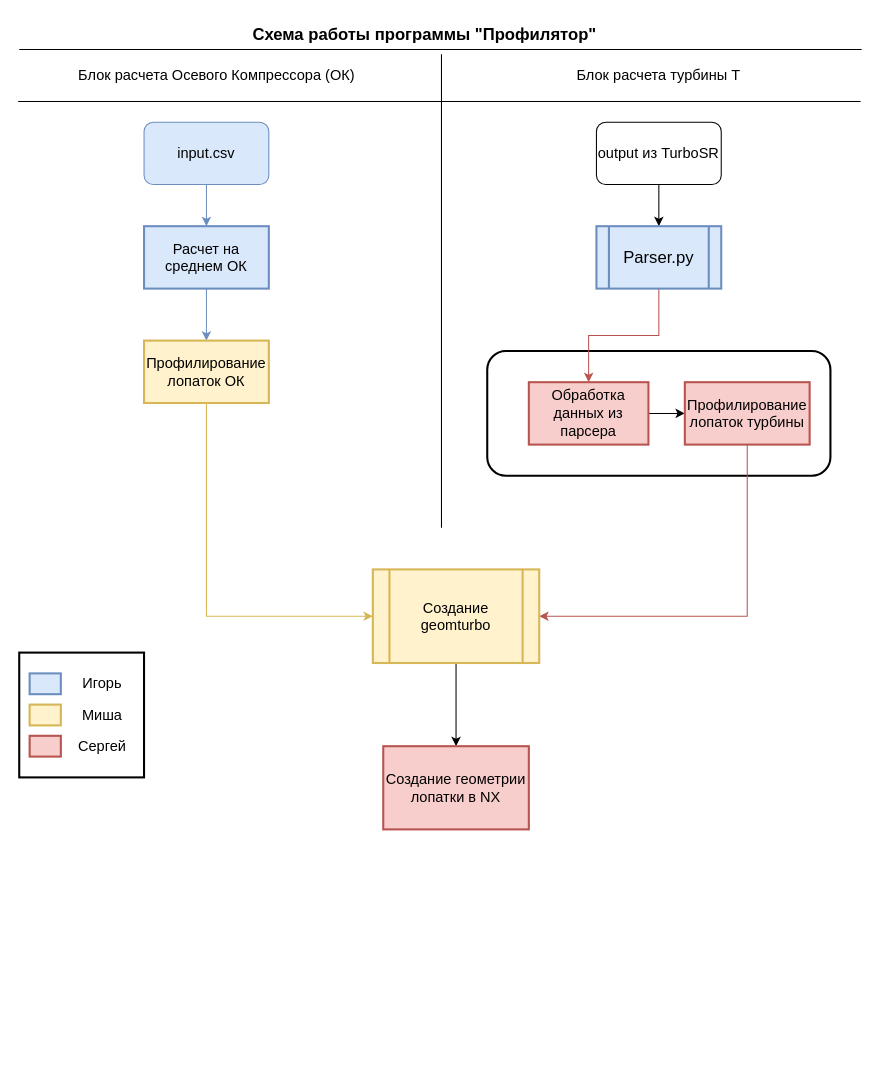
Above: Untitled Diagram.drawio in kingst0ne/Axial_Compr_SR (draw.io), before the change. Source tidied: cells renumbered, new cells numbered last; positions are measured from the earlier drawing's top-left corner, leaving out a move shared by most shapes. Both pictures are drawn from the tidied source at 104%, with x=0, y=0 at pixel (18, 18).
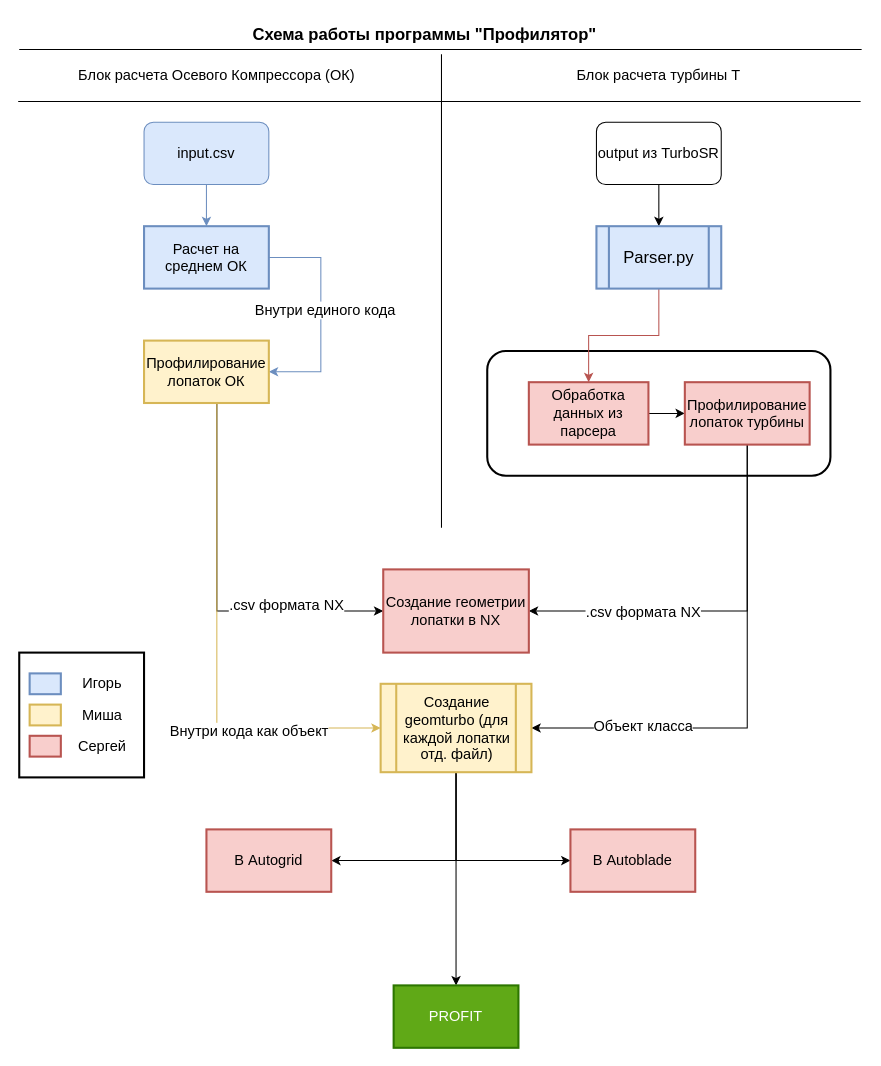
After the change.

Unchanged cells that the change refers to:
```xml
<mxCell id="19" value="Профилирование лопаток турбины" style="rounded=0;whiteSpace=wrap;html=1;fontSize=14;strokeWidth=2;fillColor=#f8cecc;strokeColor=#b85450;" parent="1" vertex="1">
  <mxGeometry x="641" y="350" width="120" height="60" as="geometry" />
</mxCell>
<mxCell id="23" value="Расчет на среднем ОК" style="rounded=0;whiteSpace=wrap;html=1;fontSize=14;strokeWidth=2;fillColor=#dae8fc;strokeColor=#6c8ebf;" parent="1" vertex="1">
  <mxGeometry x="121" y="200" width="120" height="60" as="geometry" />
</mxCell>
<mxCell id="25" value="Профилирование лопаток ОК" style="rounded=0;whiteSpace=wrap;html=1;fontSize=14;strokeWidth=2;fillColor=#fff2cc;strokeColor=#d6b656;" parent="1" vertex="1">
  <mxGeometry x="121" y="310" width="120" height="60" as="geometry" />
</mxCell>
```

Change to the diagram source:
```diff
@@
+    <mxCell id="33" style="edgeStyle=orthogonalEdgeStyle;rounded=0;jettySize=auto;html=1;entryX=1;entryY=0.5;entryDx=0;entryDy=0;fontSize=14;" parent="1" edge="1" source="19" target="32">
+      <mxGeometry relative="1" as="geometry">
+        <Array as="points">
+          <mxPoint x="701" y="570" />
+        </Array>
+      </mxGeometry>
+    </mxCell>
+    <mxCell id="34" value=".csv формата NX" style="edgeLabel;html=1;align=center;verticalAlign=middle;fontSize=14;" parent="33" vertex="1">
+      <mxGeometry x="0.56" y="3" relative="1" as="geometry">
+        <mxPoint x="28" y="-3" as="offset" />
+      </mxGeometry>
+    </mxCell>
-    <mxCell id="18" style="edgeStyle=orthogonalEdgeStyle;rounded=0;jettySize=auto;html=1;entryX=1;entryY=0.5;entryDx=0;entryDy=0;fontSize=14;fillColor=#f8cecc;strokeColor=#b85450;" parent="1" edge="1" source="19" target="21">
+    <mxCell id="18" style="edgeStyle=orthogonalEdgeStyle;rounded=0;jettySize=auto;html=1;entryX=1;entryY=0.5;entryDx=0;entryDy=0;fontSize=14;" parent="1" edge="1" source="19" target="21">
       <mxGeometry relative="1" as="geometry">
         <Array as="points">
-          <mxPoint x="701" y="575" />
+          <mxPoint x="701" y="683" />
         </Array>
       </mxGeometry>
     </mxCell>
+    <mxCell id="35" value="Объект класса" style="edgeLabel;html=1;align=center;verticalAlign=middle;fontSize=14;" parent="18" vertex="1">
+      <mxGeometry x="0.44" y="2" relative="1" as="geometry">
+        <mxPoint x="-27" y="-4" as="offset" />
+      </mxGeometry>
+    </mxCell>
@@
-    <mxCell id="20" style="edgeStyle=orthogonalEdgeStyle;rounded=0;jettySize=auto;html=1;exitX=0.5;exitY=1;exitDx=0;exitDy=0;entryX=0.5;entryY=0;entryDx=0;entryDy=0;fontSize=14;" parent="1" edge="1" source="21" target="32">
-      <mxGeometry relative="1" as="geometry" />
-    </mxCell>
+    <mxCell id="36" style="edgeStyle=orthogonalEdgeStyle;rounded=0;jettySize=auto;html=1;entryX=1;entryY=0.5;entryDx=0;entryDy=0;fontSize=14;" parent="1" edge="1" source="21" target="43">
+      <mxGeometry relative="1" as="geometry">
+        <Array as="points">
+          <mxPoint x="421" y="810" />
+        </Array>
+      </mxGeometry>
+    </mxCell>
+    <mxCell id="37" style="edgeStyle=orthogonalEdgeStyle;rounded=0;jettySize=auto;html=1;entryX=0;entryY=0.5;entryDx=0;entryDy=0;fontSize=14;" parent="1" edge="1" source="21" target="44">
+      <mxGeometry relative="1" as="geometry">
+        <Array as="points">
+          <mxPoint x="421" y="810" />
+        </Array>
+      </mxGeometry>
+    </mxCell>
+    <mxCell id="38" style="edgeStyle=orthogonalEdgeStyle;rounded=0;jettySize=auto;html=1;fontSize=14;" parent="1" edge="1" source="21">
+      <mxGeometry relative="1" as="geometry">
+        <mxPoint x="421" y="930" as="targetPoint" />
+      </mxGeometry>
+    </mxCell>
-    <mxCell id="21" value="Создание geomturbo" style="shape=process;whiteSpace=wrap;html=1;backgroundOutline=1;fontSize=14;strokeWidth=2;fillColor=#fff2cc;strokeColor=#d6b656;" parent="1" vertex="1">
-      <mxGeometry x="341" y="530" width="160" height="90" as="geometry" />
+    <mxCell id="21" value="Создание geomturbo (для каждой лопатки отд. файл)" style="shape=process;whiteSpace=wrap;html=1;backgroundOutline=1;fontSize=14;strokeWidth=2;fillColor=#fff2cc;strokeColor=#d6b656;" parent="1" vertex="1">
+      <mxGeometry x="348.5" y="640" width="145" height="85" as="geometry" />
     </mxCell>
     <mxCell id="22" style="edgeStyle=orthogonalEdgeStyle;rounded=0;jettySize=auto;html=1;fontSize=14;fillColor=#dae8fc;strokeColor=#6c8ebf;" parent="1" edge="1" source="23" target="25">
-      <mxGeometry relative="1" as="geometry" />
+      <mxGeometry relative="1" as="geometry">
+        <Array as="points">
+          <mxPoint x="291" y="230" />
+          <mxPoint x="291" y="340" />
+        </Array>
+      </mxGeometry>
     </mxCell>
+    <mxCell id="39" value="Внутри единого кода" style="edgeLabel;html=1;align=center;verticalAlign=middle;fontSize=14;" parent="22" vertex="1">
+      <mxGeometry x="-0.23" y="3" relative="1" as="geometry">
+        <mxPoint y="19" as="offset" />
+      </mxGeometry>
+    </mxCell>
@@
+    <mxCell id="40" style="edgeStyle=orthogonalEdgeStyle;rounded=0;jettySize=auto;html=1;entryX=0;entryY=0.5;entryDx=0;entryDy=0;fontSize=14;" parent="1" edge="1" source="25" target="32">
+      <mxGeometry relative="1" as="geometry">
+        <Array as="points">
+          <mxPoint x="191" y="570" />
+        </Array>
+      </mxGeometry>
+    </mxCell>
+    <mxCell id="41" value=".csv формата NX" style="edgeLabel;html=1;align=center;verticalAlign=middle;fontSize=14;" parent="40" vertex="1">
+      <mxGeometry x="0.48" y="6" relative="1" as="geometry" />
+    </mxCell>
     <mxCell id="24" style="edgeStyle=orthogonalEdgeStyle;rounded=0;jettySize=auto;html=1;entryX=0;entryY=0.5;entryDx=0;entryDy=0;fontSize=14;fillColor=#fff2cc;strokeColor=#d6b656;" parent="1" edge="1" source="25" target="21">
       <mxGeometry relative="1" as="geometry">
         <Array as="points">
-          <mxPoint x="181" y="575" />
+          <mxPoint x="191" y="683" />
         </Array>
       </mxGeometry>
     </mxCell>
+    <mxCell id="42" value="Внутри кода как объект" style="edgeLabel;html=1;align=center;verticalAlign=middle;fontSize=14;" parent="24" vertex="1">
+      <mxGeometry x="0.55" y="4" relative="1" as="geometry">
+        <mxPoint x="-21" y="7" as="offset" />
+      </mxGeometry>
+    </mxCell>
@@
     <mxCell id="32" value="Создание геометрии лопатки в NX" style="rounded=0;whiteSpace=wrap;html=1;fontSize=14;strokeWidth=2;fillColor=#f8cecc;strokeColor=#b85450;" parent="1" vertex="1">
-      <mxGeometry x="351" y="700" width="140" height="80" as="geometry" />
+      <mxGeometry x="351" y="530" width="140" height="80" as="geometry" />
     </mxCell>
+    <mxCell id="43" value="В Autogrid" style="rounded=0;whiteSpace=wrap;html=1;fontSize=14;strokeWidth=2;fillColor=#f8cecc;strokeColor=#b85450;" parent="1" vertex="1">
+      <mxGeometry x="181" y="780" width="120" height="60" as="geometry" />
+    </mxCell>
+    <mxCell id="44" value="В Autoblade" style="rounded=0;whiteSpace=wrap;html=1;fontSize=14;strokeWidth=2;fillColor=#f8cecc;strokeColor=#b85450;" parent="1" vertex="1">
+      <mxGeometry x="531" y="780" width="120" height="60" as="geometry" />
+    </mxCell>
+    <mxCell id="45" value="PROFIT" style="rounded=0;whiteSpace=wrap;html=1;fontSize=14;strokeWidth=2;fillColor=#60a917;fontColor=#ffffff;strokeColor=#2D7600;" parent="1" vertex="1">
+      <mxGeometry x="361" y="930" width="120" height="60" as="geometry" />
+    </mxCell>
```
